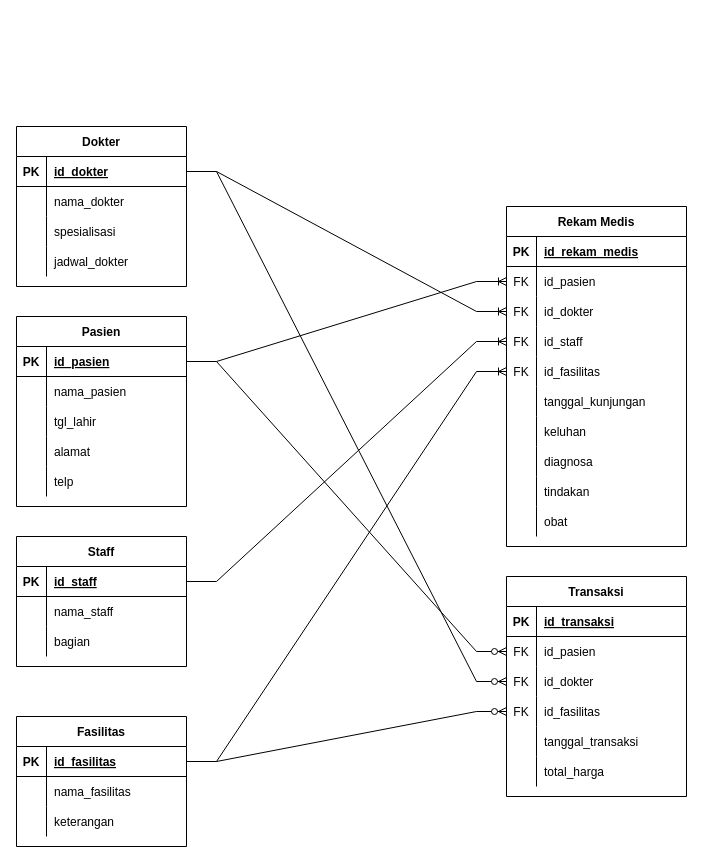
This is ERD KLINIK.drawio from brillianodhiya/-LiLia-Sekai-_Profile-Web, a draw.io file, before an edit. Source tidied: cells renumbered, new cells numbered last; positions are measured from the earlier drawing's top-left corner, leaving out a move shared by most shapes. Both pictures are drawn from the tidied source at 100%, with x=0, y=0 at pixel (16, 126).
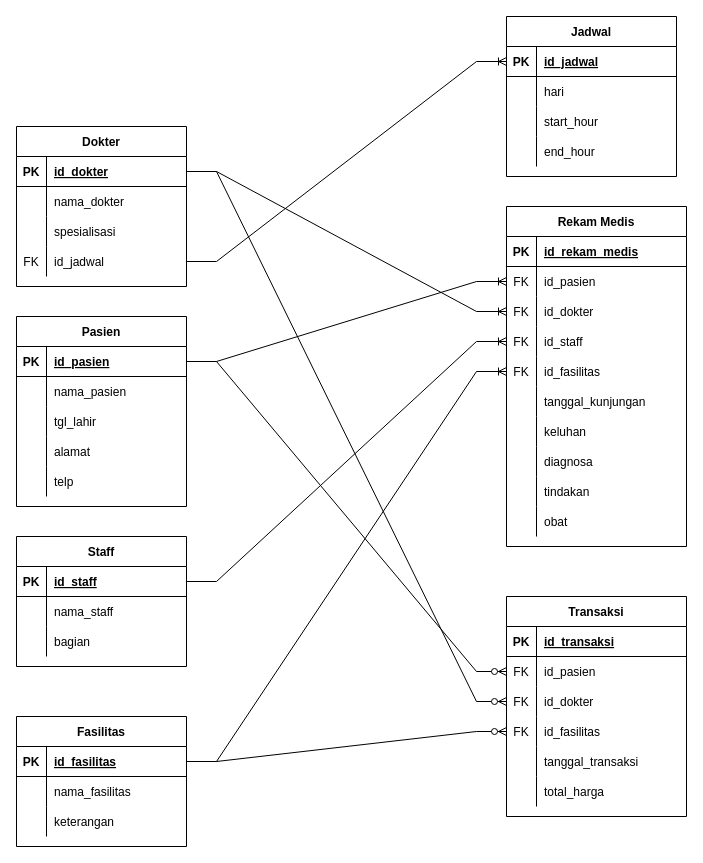
The same page after the edit.

Unchanged cells that the change refers to:
```xml
<mxCell id="12" style="shape=partialRectangle;fillColor=none;points=[[0,0.5],[1,0.5]];portConstraint=eastwest;top=0;left=0;right=0;bottom=0;" parent="2" vertex="1">
  <mxGeometry y="120" width="170" height="30" as="geometry" />
</mxCell>
```

The edit, as a diff of the source:
```diff
@@
-    <mxCell id="13" style="shape=partialRectangle;overflow=hidden;fillColor=none;top=0;left=0;bottom=0;right=0;" parent="12" vertex="1">
+    <mxCell id="13" value="FK" style="shape=partialRectangle;overflow=hidden;fillColor=none;top=0;left=0;bottom=0;right=0;" parent="12" vertex="1">
       <mxGeometry width="30" height="30" as="geometry" />
     </mxCell>
-    <mxCell id="14" value="jadwal_dokter" style="shape=partialRectangle;overflow=hidden;fillColor=none;top=0;left=0;bottom=0;right=0;align=left;spacingLeft=6;" parent="12" vertex="1">
+    <mxCell id="14" value="id_jadwal" style="shape=partialRectangle;overflow=hidden;fillColor=none;top=0;left=0;bottom=0;right=0;align=left;spacingLeft=6;" parent="12" vertex="1">
       <mxGeometry x="30" width="140" height="30" as="geometry" />
     </mxCell>
@@
     <mxCell id="82" value="Transaksi" style="shape=table;startSize=30;childLayout=tableLayout;rowLines=0;fontStyle=1;align=center;" parent="1" vertex="1">
-      <mxGeometry x="490" y="450" width="180" height="220" as="geometry" />
+      <mxGeometry x="490" y="470" width="180" height="220" as="geometry" />
     </mxCell>
@@
+    <mxCell id="108" value="Jadwal" style="shape=table;startSize=30;childLayout=tableLayout;rowLines=0;fontStyle=1;align=center;" parent="1" vertex="1">
+      <mxGeometry x="490" y="-110" width="170" height="160" as="geometry" />
+    </mxCell>
+    <mxCell id="109" style="shape=partialRectangle;fillColor=none;points=[[0,0.5],[1,0.5]];portConstraint=eastwest;top=0;left=0;right=0;bottom=1;" parent="108" vertex="1">
+      <mxGeometry y="30" width="170" height="30" as="geometry" />
+    </mxCell>
+    <mxCell id="110" value="PK" style="shape=partialRectangle;overflow=hidden;fillColor=none;top=0;left=0;bottom=0;right=0;fontStyle=1;" parent="109" vertex="1">
+      <mxGeometry width="30" height="30" as="geometry" />
+    </mxCell>
+    <mxCell id="111" value="id_jadwal" style="shape=partialRectangle;overflow=hidden;fillColor=none;top=0;left=0;bottom=0;right=0;align=left;spacingLeft=6;fontStyle=5;" parent="109" vertex="1">
+      <mxGeometry x="30" width="140" height="30" as="geometry" />
+    </mxCell>
+    <mxCell id="112" style="shape=partialRectangle;fillColor=none;top=0;left=0;right=0;bottom=0;" parent="108" vertex="1">
+      <mxGeometry y="60" width="170" height="30" as="geometry" />
+    </mxCell>
+    <mxCell id="113" style="shape=partialRectangle;overflow=hidden;fillColor=none;top=0;left=0;bottom=0;right=0;" parent="112" vertex="1">
+      <mxGeometry width="30" height="30" as="geometry" />
+    </mxCell>
+    <mxCell id="114" value="hari" style="shape=partialRectangle;overflow=hidden;fillColor=none;top=0;left=0;bottom=0;right=0;align=left;spacingLeft=6;" parent="112" vertex="1">
+      <mxGeometry x="30" width="140" height="30" as="geometry" />
+    </mxCell>
+    <mxCell id="115" style="shape=partialRectangle;fillColor=none;top=0;left=0;right=0;bottom=0;" parent="108" vertex="1">
+      <mxGeometry y="90" width="170" height="30" as="geometry" />
+    </mxCell>
+    <mxCell id="116" style="shape=partialRectangle;overflow=hidden;fillColor=none;top=0;left=0;bottom=0;right=0;" parent="115" vertex="1">
+      <mxGeometry width="30" height="30" as="geometry" />
+    </mxCell>
+    <mxCell id="117" value="start_hour" style="shape=partialRectangle;overflow=hidden;fillColor=none;top=0;left=0;bottom=0;right=0;align=left;spacingLeft=6;" parent="115" vertex="1">
+      <mxGeometry x="30" width="140" height="30" as="geometry" />
+    </mxCell>
+    <mxCell id="118" style="shape=partialRectangle;fillColor=none;top=0;left=0;right=0;bottom=0;" parent="108" vertex="1">
+      <mxGeometry y="120" width="170" height="30" as="geometry" />
+    </mxCell>
+    <mxCell id="119" style="shape=partialRectangle;overflow=hidden;fillColor=none;top=0;left=0;bottom=0;right=0;" parent="118" vertex="1">
+      <mxGeometry width="30" height="30" as="geometry" />
+    </mxCell>
+    <mxCell id="120" value="end_hour" style="shape=partialRectangle;overflow=hidden;fillColor=none;top=0;left=0;bottom=0;right=0;align=left;spacingLeft=6;" parent="118" vertex="1">
+      <mxGeometry x="30" width="140" height="30" as="geometry" />
+    </mxCell>
+    <mxCell id="121" style="edgeStyle=entityRelationEdgeStyle;fontSize=12;html=1;endArrow=ERoneToMany;rounded=0;exitX=1;exitY=0.5;exitDx=0;exitDy=0;entryX=0;entryY=0.5;entryDx=0;entryDy=0;" parent="1" edge="1" source="12" target="109">
+      <mxGeometry relative="1" as="geometry" />
+    </mxCell>
```
